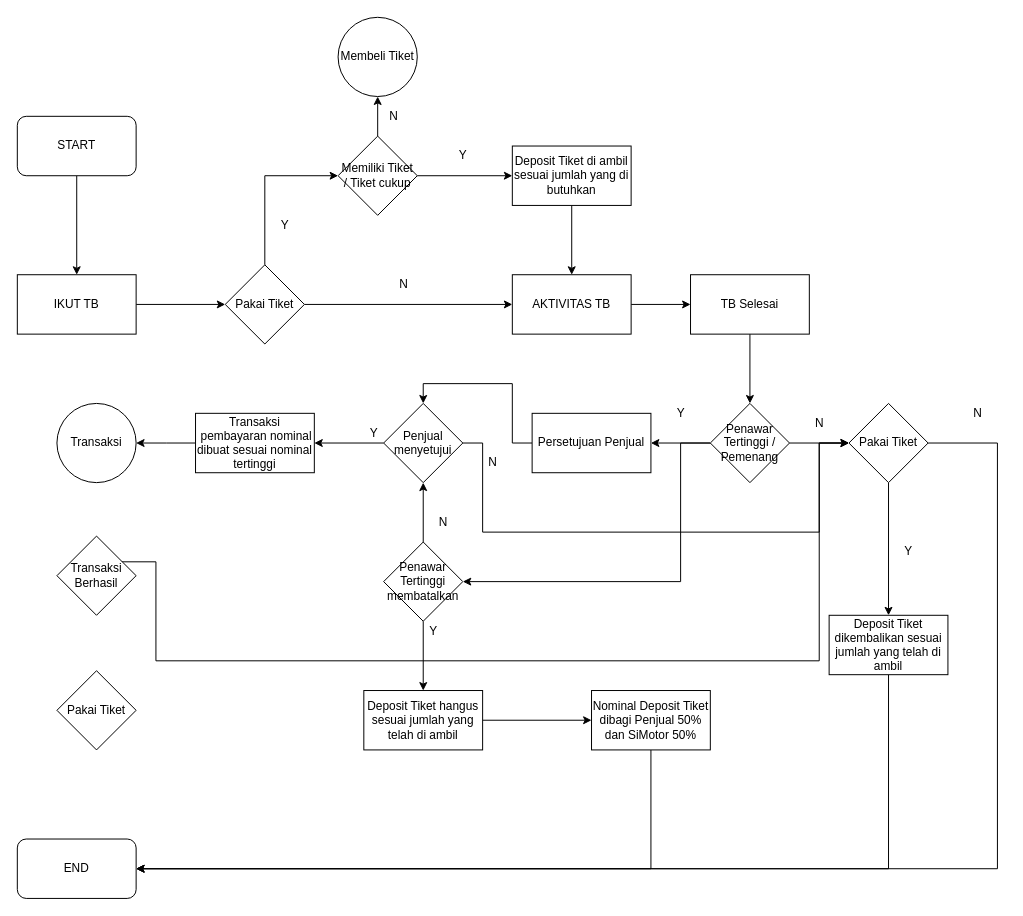
The draw.io diagram page "Tawar Bersama" (2 of 5) of Diagram Tanpa Judul.drawio in digitalnayaka/diagramsimotor, before the edit. Source tidied: cells renumbered, new cells numbered last; positions are measured from the earlier drawing's top-left corner, leaving out a move shared by most shapes. Both pictures are drawn from the tidied source at 99%, with x=0, y=0 at pixel (17, 17).
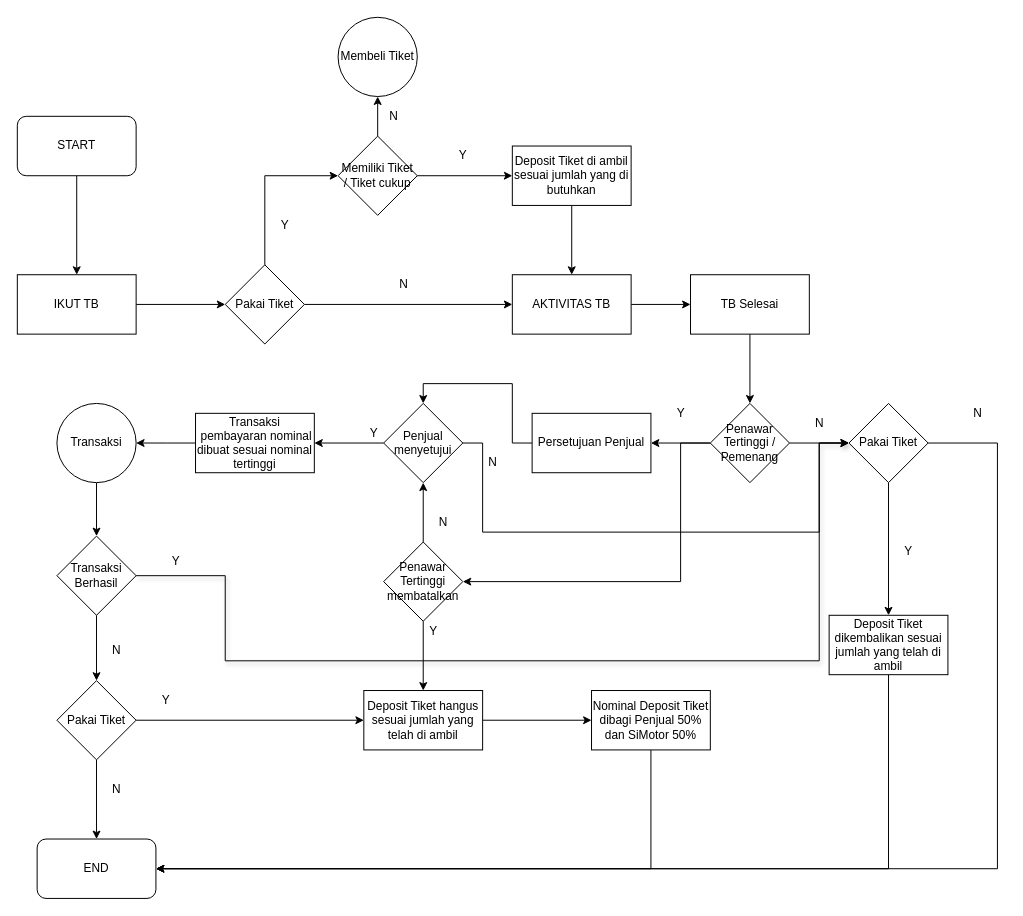
The same page after the edit.

The change refers to these unchanged cells:
```xml
<mxCell id="25" value="Pakai Tiket" style="rhombus;whiteSpace=wrap;html=1;" parent="1" vertex="1">
  <mxGeometry x="840" y="390" width="80" height="80" as="geometry" />
</mxCell>
<mxCell id="38" value="Deposit Tiket hangus sesuai jumlah yang telah di ambil" style="rounded=0;whiteSpace=wrap;html=1;" parent="1" vertex="1">
  <mxGeometry x="350" y="680" width="120" height="60" as="geometry" />
</mxCell>
<mxCell id="56" value="Transaksi" style="ellipse;whiteSpace=wrap;html=1;" parent="1" vertex="1">
  <mxGeometry x="40" y="390" width="80" height="80" as="geometry" />
</mxCell>
<mxCell id="57" value="Transaksi Berhasil" style="rhombus;whiteSpace=wrap;html=1;" parent="1" vertex="1">
  <mxGeometry x="40" y="524" width="80" height="80" as="geometry" />
</mxCell>
```

What changed in the source:
```diff
@@
     <mxCell id="28" value="END" style="rounded=1;whiteSpace=wrap;html=1;" parent="1" vertex="1">
-      <mxGeometry y="830" width="120" height="60" as="geometry" />
+      <mxGeometry x="20" y="830" width="120" height="60" as="geometry" />
     </mxCell>
@@
-    <mxCell id="43" style="edgeStyle=orthogonalEdgeStyle;rounded=0;jettySize=auto;html=1;exitX=1;exitY=0.5;exitDx=0;exitDy=0;entryX=0;entryY=0.5;entryDx=0;entryDy=0;" parent="1" edge="1" target="25">
+    <mxCell id="43" style="edgeStyle=orthogonalEdgeStyle;rounded=0;jettySize=auto;html=1;exitX=1;exitY=0.5;exitDx=0;exitDy=0;entryX=0;entryY=0.5;entryDx=0;entryDy=0;shadow=1;" parent="1" edge="1" source="57" target="25">
       <mxGeometry relative="1" as="geometry">
-        <mxPoint x="100" y="550" as="sourcePoint" />
         <Array as="points">
-          <mxPoint x="140" y="550" />
-          <mxPoint x="140" y="650" />
+          <mxPoint x="210" y="564" />
+          <mxPoint x="210" y="650" />
           <mxPoint x="810" y="650" />
           <mxPoint x="810" y="430" />
         </Array>
       </mxGeometry>
     </mxCell>
@@
+    <mxCell id="59" style="edgeStyle=orthogonalEdgeStyle;rounded=0;jettySize=auto;html=1;exitX=0.5;exitY=1;exitDx=0;exitDy=0;entryX=0.5;entryY=0;entryDx=0;entryDy=0;" parent="1" edge="1" source="56" target="57">
+      <mxGeometry relative="1" as="geometry" />
+    </mxCell>
@@
+    <mxCell id="60" style="edgeStyle=orthogonalEdgeStyle;rounded=0;jettySize=auto;html=1;exitX=0.5;exitY=1;exitDx=0;exitDy=0;entryX=0.5;entryY=0;entryDx=0;entryDy=0;" parent="1" edge="1" source="57" target="58">
+      <mxGeometry relative="1" as="geometry" />
+    </mxCell>
@@
+    <mxCell id="61" style="edgeStyle=orthogonalEdgeStyle;rounded=0;jettySize=auto;html=1;exitX=1;exitY=0.5;exitDx=0;exitDy=0;entryX=0;entryY=0.5;entryDx=0;entryDy=0;" parent="1" edge="1" source="58" target="38">
+      <mxGeometry relative="1" as="geometry" />
+    </mxCell>
+    <mxCell id="62" style="edgeStyle=orthogonalEdgeStyle;rounded=0;jettySize=auto;html=1;exitX=0.5;exitY=1;exitDx=0;exitDy=0;entryX=0.5;entryY=0;entryDx=0;entryDy=0;" parent="1" edge="1" source="58" target="28">
+      <mxGeometry relative="1" as="geometry" />
+    </mxCell>
     <mxCell id="58" value="Pakai Tiket" style="rhombus;whiteSpace=wrap;html=1;" parent="1" vertex="1">
-      <mxGeometry x="40" y="660" width="80" height="80" as="geometry" />
+      <mxGeometry x="40" y="670" width="80" height="80" as="geometry" />
     </mxCell>
+    <mxCell id="63" value="Y" style="text;html=1;align=center;verticalAlign=middle;strokeColor=none;fillColor=none;" parent="1" vertex="1">
+      <mxGeometry x="145" y="535" width="30" height="30" as="geometry" />
+    </mxCell>
+    <mxCell id="64" value="N" style="text;html=1;align=center;verticalAlign=middle;strokeColor=none;fillColor=none;" parent="1" vertex="1">
+      <mxGeometry x="85" y="625" width="30" height="30" as="geometry" />
+    </mxCell>
+    <mxCell id="65" value="Y" style="text;html=1;align=center;verticalAlign=middle;strokeColor=none;fillColor=none;" parent="1" vertex="1">
+      <mxGeometry x="135" y="675" width="30" height="30" as="geometry" />
+    </mxCell>
+    <mxCell id="66" value="N" style="text;html=1;align=center;verticalAlign=middle;strokeColor=none;fillColor=none;" parent="1" vertex="1">
+      <mxGeometry x="85" y="765" width="30" height="30" as="geometry" />
+    </mxCell>
```
